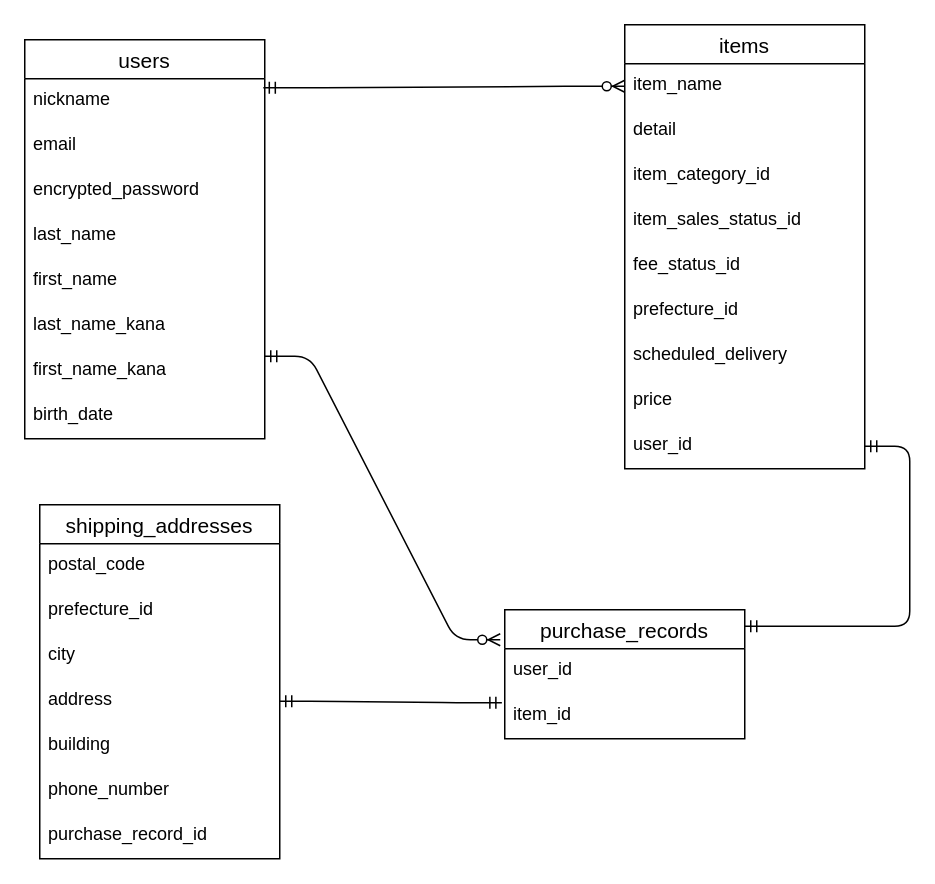
Before: furima37120.dio in ken-forest/furima-37120, a draw.io diagram. Source tidied: cells renumbered, new cells numbered last; positions are measured from the earlier drawing's top-left corner, leaving out a move shared by most shapes. Both pictures are drawn from the tidied source at 150%, with x=0, y=0 at pixel (24, 24).
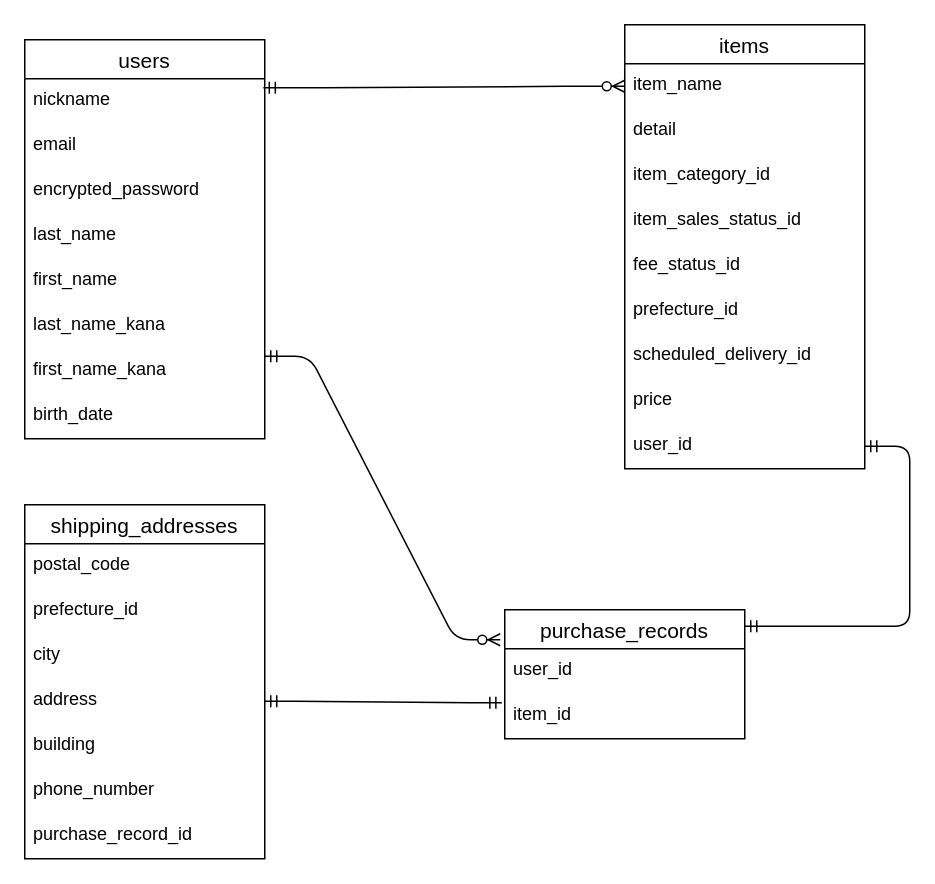
After the change.

Commit message:
ER図のテーブルを少し移動

The change refers to these unchanged cells:
```xml
<mxCell id="11" value="items" style="swimlane;fontStyle=0;horizontal=1;startSize=26;align=center;fontSize=14;" parent="1" vertex="1">
  <mxGeometry x="400" width="160" height="296" as="geometry" />
</mxCell>
```

Change to the diagram source:
```diff
@@
-    <mxCell id="18" value="scheduled_delivery" style="text;strokeColor=none;fillColor=none;spacingLeft=4;spacingRight=4;overflow=hidden;fontSize=12;" parent="11" vertex="1">
+    <mxCell id="18" value="scheduled_delivery_id" style="text;strokeColor=none;fillColor=none;spacingLeft=4;spacingRight=4;overflow=hidden;fontSize=12;" parent="11" vertex="1">
       <mxGeometry y="206" width="160" height="30" as="geometry" />
     </mxCell>
@@
     <mxCell id="24" value="shipping_addresses" style="swimlane;fontStyle=0;horizontal=1;startSize=26;align=center;fontSize=14;" parent="1" vertex="1">
-      <mxGeometry x="10" y="320" width="160" height="236" as="geometry" />
+      <mxGeometry y="320" width="160" height="236" as="geometry" />
     </mxCell>
```
